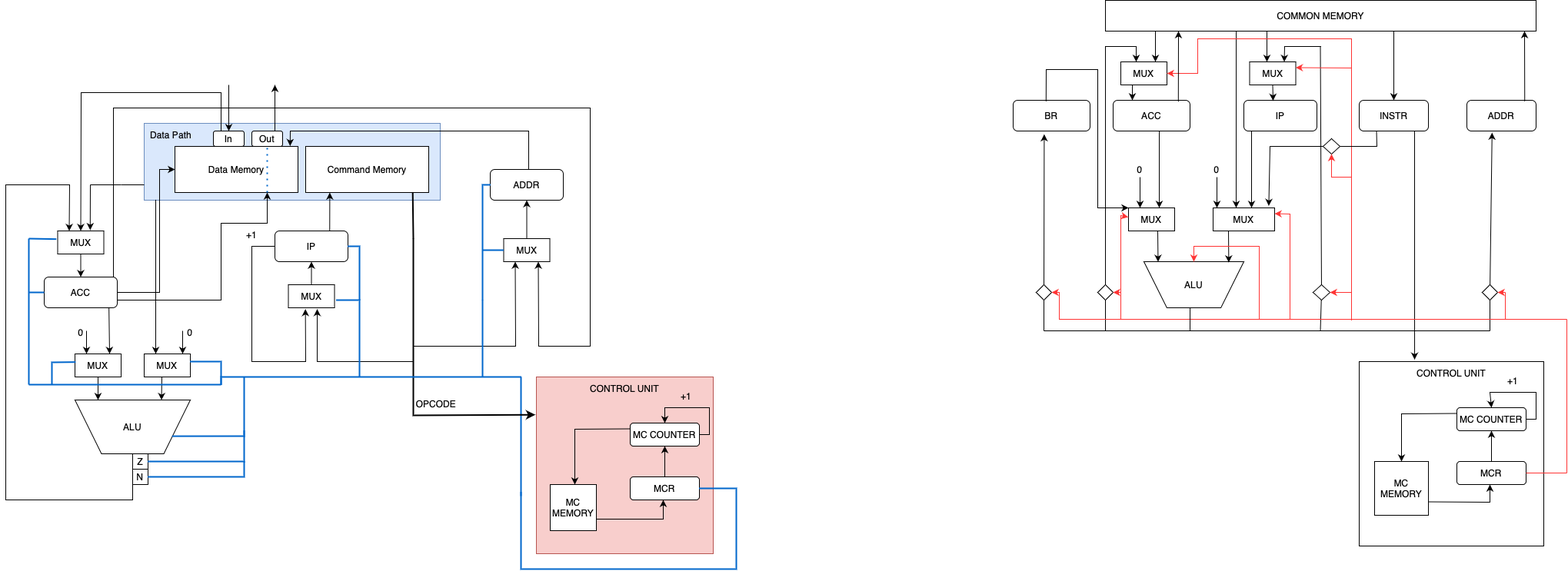
albogatov/computer-architecture-modeling keeps this draw.io diagram as CSA3.png. Above is the earlier version. Source tidied: cells renumbered, new cells last; positions are measured from the earlier drawing's top-left corner, leaving out a move shared by most shapes.
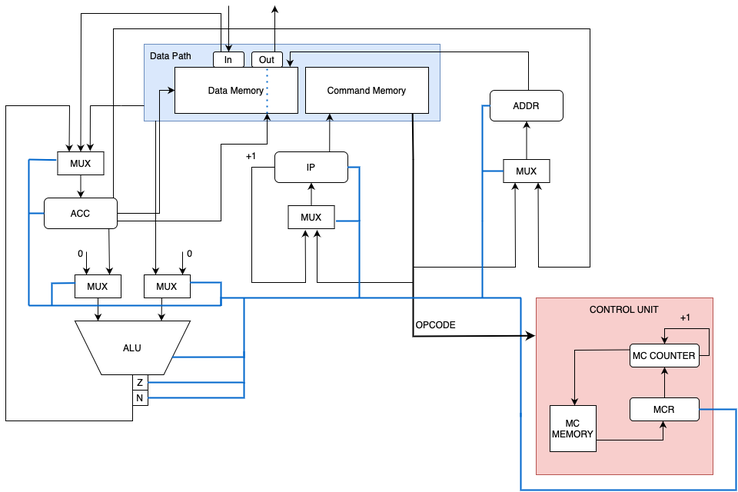
Above is the later version.

What changed in the source:
```diff
@@ -2,372 +2,6 @@
   <root>
     <mxCell id="0" />
     <mxCell id="1" parent="0" />
-    <mxCell id="2" value="COMMON MEMORY" style="rounded=0;whiteSpace=wrap;html=1;" parent="1" vertex="1">
-      <mxGeometry x="1430" width="560" height="40" as="geometry" />
-    </mxCell>
-    <mxCell id="3" value="ACC" style="rounded=1;whiteSpace=wrap;html=1;" parent="1" vertex="1">
-      <mxGeometry x="1440" y="130" width="100" height="40" as="geometry" />
-    </mxCell>
-    <mxCell id="4" value="IP" style="rounded=1;whiteSpace=wrap;html=1;" parent="1" vertex="1">
-      <mxGeometry x="1610" y="130" width="95" height="40" as="geometry" />
-    </mxCell>
-    <mxCell id="5" value="ADDR" style="rounded=1;whiteSpace=wrap;html=1;" parent="1" vertex="1">
-      <mxGeometry x="1900" y="130" width="90" height="40" as="geometry" />
-    </mxCell>
-    <mxCell id="6" value="MUX" style="rounded=0;whiteSpace=wrap;html=1;" parent="1" vertex="1">
-      <mxGeometry x="1450" y="80" width="60" height="30" as="geometry" />
-    </mxCell>
-    <mxCell id="7" value="MUX" style="rounded=0;whiteSpace=wrap;html=1;" parent="1" vertex="1">
-      <mxGeometry x="1617.5" y="80" width="60" height="30" as="geometry" />
-    </mxCell>
-    <mxCell id="8" value="MUX" style="rounded=0;whiteSpace=wrap;html=1;" parent="1" vertex="1">
-      <mxGeometry x="1570" y="270" width="80" height="30" as="geometry" />
-    </mxCell>
-    <mxCell id="9" value="MUX" style="rounded=0;whiteSpace=wrap;html=1;" parent="1" vertex="1">
-      <mxGeometry x="1460" y="270" width="60" height="30" as="geometry" />
-    </mxCell>
-    <mxCell id="10" value="ALU" style="verticalLabelPosition=middle;verticalAlign=middle;html=1;shape=trapezoid;perimeter=trapezoidPerimeter;whiteSpace=wrap;size=0.23;arcSize=10;flipV=1;labelPosition=center;align=center;" parent="1" vertex="1">
-      <mxGeometry x="1480" y="340" width="130" height="60" as="geometry" />
-    </mxCell>
-    <mxCell id="11" style="whiteSpace=wrap;html=1;" parent="1" vertex="1">
-      <mxGeometry x="1760" y="470" width="240" height="240" as="geometry" />
-    </mxCell>
-    <mxCell id="12" value="INSTR" style="rounded=1;whiteSpace=wrap;html=1;" parent="1" vertex="1">
-      <mxGeometry x="1760" y="130" width="90" height="40" as="geometry" />
-    </mxCell>
-    <mxCell id="13" style="endArrow=classic;html=1;rounded=0;entryX=0.905;entryY=-0.087;entryDx=0;entryDy=0;entryPerimeter=0;startArrow=none;" parent="1" edge="1" target="8">
-      <mxGeometry relative="1" as="geometry">
-        <mxPoint x="1713" y="190" as="sourcePoint" />
-        <Array as="points">
-          <mxPoint x="1644" y="190" />
-        </Array>
-      </mxGeometry>
-    </mxCell>
-    <mxCell id="14" style="endArrow=classic;html=1;rounded=0;entryX=0.625;entryY=0;entryDx=0;entryDy=0;entryPerimeter=0;" parent="1" edge="1" target="8">
-      <mxGeometry relative="1" as="geometry">
-        <mxPoint x="1620" y="170" as="sourcePoint" />
-      </mxGeometry>
-    </mxCell>
-    <mxCell id="15" style="endArrow=classic;html=1;rounded=0;exitX=0.302;exitY=1;exitDx=0;exitDy=0;exitPerimeter=0;entryX=0.25;entryY=0;entryDx=0;entryDy=0;" parent="1" edge="1">
-      <mxGeometry relative="1" as="geometry">
-        <mxPoint x="1600.1" y="40" as="sourcePoint" />
-        <mxPoint x="1600" y="270" as="targetPoint" />
-      </mxGeometry>
-    </mxCell>
-    <mxCell id="16" style="endArrow=classic;html=1;rounded=0;exitX=0.5;exitY=1;exitDx=0;exitDy=0;" parent="1" edge="1" source="17">
-      <mxGeometry relative="1" as="geometry">
-        <mxPoint x="1575" y="270" as="targetPoint" />
-      </mxGeometry>
-    </mxCell>
-    <mxCell id="17" value="0" style="text;html=1;strokeColor=none;fillColor=none;align=center;verticalAlign=middle;whiteSpace=wrap;rounded=0;" parent="1" vertex="1">
-      <mxGeometry x="1550" y="210" width="50" height="20" as="geometry" />
-    </mxCell>
-    <mxCell id="18" style="endArrow=classic;html=1;rounded=0;entryX=0.625;entryY=0;entryDx=0;entryDy=0;entryPerimeter=0;" parent="1" edge="1">
-      <mxGeometry relative="1" as="geometry">
-        <mxPoint x="1500" y="170" as="sourcePoint" />
-        <mxPoint x="1500" y="270" as="targetPoint" />
-      </mxGeometry>
-    </mxCell>
-    <mxCell id="19" style="endArrow=classic;html=1;rounded=0;entryX=0.25;entryY=0;entryDx=0;entryDy=0;" parent="1" edge="1" target="9">
-      <mxGeometry relative="1" as="geometry">
-        <mxPoint x="1475" y="230" as="sourcePoint" />
-      </mxGeometry>
-    </mxCell>
-    <mxCell id="20" value="0" style="text;html=1;strokeColor=none;fillColor=none;align=center;verticalAlign=middle;whiteSpace=wrap;rounded=0;" parent="1" vertex="1">
-      <mxGeometry x="1450" y="210" width="50" height="20" as="geometry" />
-    </mxCell>
-    <mxCell id="21" style="endArrow=classic;html=1;rounded=0;entryX=0.142;entryY=0.997;entryDx=0;entryDy=0;entryPerimeter=0;" parent="1" edge="1" target="10">
-      <mxGeometry relative="1" as="geometry">
-        <mxPoint x="1498" y="300" as="sourcePoint" />
-      </mxGeometry>
-    </mxCell>
-    <mxCell id="22" style="endArrow=classic;html=1;rounded=0;entryX=0.849;entryY=0.983;entryDx=0;entryDy=0;entryPerimeter=0;exitX=0.25;exitY=1;exitDx=0;exitDy=0;" parent="1" edge="1" source="8" target="10">
-      <mxGeometry relative="1" as="geometry" />
-    </mxCell>
-    <mxCell id="23" style="endArrow=none;html=1;rounded=0;" parent="1" edge="1">
-      <mxGeometry relative="1" as="geometry">
-        <mxPoint x="1350" y="430" as="sourcePoint" />
-        <mxPoint x="1930" y="430" as="targetPoint" />
-      </mxGeometry>
-    </mxCell>
-    <mxCell id="24" style="endArrow=none;html=1;rounded=0;startArrow=none;" parent="1" edge="1" source="38">
-      <mxGeometry relative="1" as="geometry">
-        <mxPoint x="1430" y="60" as="targetPoint" />
-      </mxGeometry>
-    </mxCell>
-    <mxCell id="25" style="endArrow=classic;html=1;rounded=0;entryX=0.364;entryY=1.055;entryDx=0;entryDy=0;entryPerimeter=0;startArrow=none;" parent="1" edge="1" source="36" target="5">
-      <mxGeometry relative="1" as="geometry" />
-    </mxCell>
-    <mxCell id="26" style="endArrow=none;html=1;rounded=0;startArrow=none;" parent="1" edge="1" source="34">
-      <mxGeometry relative="1" as="geometry">
-        <mxPoint x="1709.5" y="60" as="targetPoint" />
-      </mxGeometry>
-    </mxCell>
-    <mxCell id="27" style="endArrow=classic;html=1;rounded=0;" parent="1" edge="1">
-      <mxGeometry relative="1" as="geometry">
-        <mxPoint x="1430" y="60" as="sourcePoint" />
-        <mxPoint x="1470" y="80" as="targetPoint" />
-        <Array as="points">
-          <mxPoint x="1470" y="60" />
-        </Array>
-      </mxGeometry>
-    </mxCell>
-    <mxCell id="28" style="endArrow=classic;html=1;rounded=0;entryX=0.75;entryY=0;entryDx=0;entryDy=0;" parent="1" edge="1" target="7">
-      <mxGeometry relative="1" as="geometry">
-        <mxPoint x="1710" y="60" as="sourcePoint" />
-        <Array as="points">
-          <mxPoint x="1663" y="60" />
-        </Array>
-      </mxGeometry>
-    </mxCell>
-    <mxCell id="29" style="endArrow=classic;html=1;rounded=0;entryX=0.75;entryY=0;entryDx=0;entryDy=0;" parent="1" edge="1" target="6">
-      <mxGeometry relative="1" as="geometry">
-        <mxPoint x="1495" y="40" as="sourcePoint" />
-      </mxGeometry>
-    </mxCell>
-    <mxCell id="30" style="endArrow=classic;html=1;rounded=0;entryX=0.375;entryY=0;entryDx=0;entryDy=0;entryPerimeter=0;" parent="1" edge="1" target="7">
-      <mxGeometry relative="1" as="geometry">
-        <mxPoint x="1640" y="40" as="sourcePoint" />
-      </mxGeometry>
-    </mxCell>
-    <mxCell id="31" style="endArrow=classic;html=1;rounded=0;exitX=0.25;exitY=1;exitDx=0;exitDy=0;entryX=0.25;entryY=0;entryDx=0;entryDy=0;" parent="1" edge="1" source="6" target="3">
-      <mxGeometry relative="1" as="geometry" />
-    </mxCell>
-    <mxCell id="32" style="endArrow=classic;html=1;rounded=0;exitX=0.5;exitY=1;exitDx=0;exitDy=0;entryX=0.4;entryY=0.015;entryDx=0;entryDy=0;entryPerimeter=0;" parent="1" edge="1" source="7" target="4">
-      <mxGeometry relative="1" as="geometry" />
-    </mxCell>
-    <mxCell id="33" style="endArrow=classic;html=1;rounded=0;entryX=0.5;entryY=0;entryDx=0;entryDy=0;" parent="1" edge="1" target="12">
-      <mxGeometry relative="1" as="geometry">
-        <mxPoint x="1805" y="40" as="sourcePoint" />
-      </mxGeometry>
-    </mxCell>
-    <mxCell id="34" style="rhombus;whiteSpace=wrap;html=1;" parent="1" vertex="1">
-      <mxGeometry x="1700" y="370" width="22" height="20" as="geometry" />
-    </mxCell>
-    <mxCell id="35" style="endArrow=none;html=1;rounded=0;" parent="1" edge="1" target="34">
-      <mxGeometry relative="1" as="geometry">
-        <mxPoint x="1709.5" y="430" as="sourcePoint" />
-      </mxGeometry>
-    </mxCell>
-    <mxCell id="36" style="rhombus;whiteSpace=wrap;html=1;" parent="1" vertex="1">
-      <mxGeometry x="1920" y="370" width="20" height="20" as="geometry" />
-    </mxCell>
-    <mxCell id="37" style="endArrow=none;html=1;rounded=0;" parent="1" edge="1">
-      <mxGeometry relative="1" as="geometry">
-        <mxPoint x="1930" y="430" as="sourcePoint" />
-        <mxPoint x="1930" y="390" as="targetPoint" />
-      </mxGeometry>
-    </mxCell>
-    <mxCell id="38" style="rhombus;whiteSpace=wrap;html=1;" parent="1" vertex="1">
-      <mxGeometry x="1420" y="370" width="20" height="20" as="geometry" />
-    </mxCell>
-    <mxCell id="39" style="endArrow=none;html=1;rounded=0;" parent="1" edge="1" target="38">
-      <mxGeometry relative="1" as="geometry">
-        <mxPoint x="1430" y="430" as="sourcePoint" />
-      </mxGeometry>
-    </mxCell>
-    <mxCell id="40" value="CONTROL UNIT" style="text;html=1;strokeColor=none;fillColor=none;align=center;verticalAlign=middle;whiteSpace=wrap;rounded=0;" parent="1" vertex="1">
-      <mxGeometry x="1825" y="470" width="110" height="30" as="geometry" />
-    </mxCell>
-    <mxCell id="41" style="endArrow=classic;html=1;rounded=0;exitX=0.836;exitY=0.035;exitDx=0;exitDy=0;exitPerimeter=0;" parent="1" edge="1" source="5">
-      <mxGeometry relative="1" as="geometry">
-        <mxPoint x="1975" y="40" as="targetPoint" />
-      </mxGeometry>
-    </mxCell>
-    <mxCell id="42" value="MC MEMORY" style="whiteSpace=wrap;html=1;" parent="1" vertex="1">
-      <mxGeometry x="1780" y="600" width="70" height="70" as="geometry" />
-    </mxCell>
-    <mxCell id="43" value="MC COUNTER" style="rounded=1;whiteSpace=wrap;html=1;" parent="1" vertex="1">
-      <mxGeometry x="1887" y="530" width="90" height="30" as="geometry" />
-    </mxCell>
-    <mxCell id="44" value="MCR" style="rounded=1;whiteSpace=wrap;html=1;" parent="1" vertex="1">
-      <mxGeometry x="1887" y="600" width="90" height="30" as="geometry" />
-    </mxCell>
-    <mxCell id="45" style="endArrow=classic;html=1;rounded=0;exitX=1;exitY=0.75;exitDx=0;exitDy=0;" parent="1" edge="1" source="42">
-      <mxGeometry relative="1" as="geometry">
-        <mxPoint x="1930" y="630" as="targetPoint" />
-        <Array as="points">
-          <mxPoint x="1930" y="653" />
-        </Array>
-      </mxGeometry>
-    </mxCell>
-    <mxCell id="46" style="endArrow=classic;html=1;rounded=0;entryX=0.5;entryY=1;entryDx=0;entryDy=0;" parent="1" edge="1" source="44" target="43">
-      <mxGeometry relative="1" as="geometry" />
-    </mxCell>
-    <mxCell id="47" style="endArrow=classic;html=1;rounded=0;entryX=0.5;entryY=0;entryDx=0;entryDy=0;exitX=0;exitY=0.25;exitDx=0;exitDy=0;" parent="1" edge="1" source="43" target="42">
-      <mxGeometry relative="1" as="geometry">
-        <Array as="points">
-          <mxPoint x="1815" y="538" />
-        </Array>
-      </mxGeometry>
-    </mxCell>
-    <mxCell id="48" style="endArrow=classic;html=1;rounded=0;exitX=1;exitY=0.5;exitDx=0;exitDy=0;entryX=0.5;entryY=0;entryDx=0;entryDy=0;" parent="1" edge="1" source="43" target="43">
-      <mxGeometry relative="1" as="geometry">
-        <Array as="points">
-          <mxPoint x="1990" y="545" />
-          <mxPoint x="1990" y="510" />
-          <mxPoint x="1930" y="510" />
-        </Array>
-      </mxGeometry>
-    </mxCell>
-    <mxCell id="49" value="+1" style="text;html=1;strokeColor=none;fillColor=none;align=center;verticalAlign=middle;whiteSpace=wrap;rounded=0;" parent="1" vertex="1">
-      <mxGeometry x="1930" y="480" width="60" height="30" as="geometry" />
-    </mxCell>
-    <mxCell id="50" style="endArrow=classic;html=1;rounded=0;exitX=0.8;exitY=1;exitDx=0;exitDy=0;entryX=0.064;entryY=-0.087;entryDx=0;entryDy=0;entryPerimeter=0;exitPerimeter=0;" parent="1" edge="1" source="12" target="40">
-      <mxGeometry relative="1" as="geometry" />
-    </mxCell>
-    <mxCell id="51" style="endArrow=none;html=1;rounded=0;strokeColor=#FF3333;exitX=1;exitY=0.5;exitDx=0;exitDy=0;" parent="1" edge="1" source="44">
-      <mxGeometry relative="1" as="geometry">
-        <mxPoint x="2030" y="615" as="targetPoint" />
-      </mxGeometry>
-    </mxCell>
-    <mxCell id="52" style="endArrow=none;html=1;rounded=0;strokeColor=#FF3333;" parent="1" edge="1">
-      <mxGeometry relative="1" as="geometry">
-        <mxPoint x="2030" y="615" as="sourcePoint" />
-        <mxPoint x="2030" y="415" as="targetPoint" />
-      </mxGeometry>
-    </mxCell>
-    <mxCell id="53" style="endArrow=none;html=1;rounded=0;strokeColor=#FF3333;" parent="1" edge="1">
-      <mxGeometry relative="1" as="geometry">
-        <mxPoint x="1370" y="415" as="sourcePoint" />
-        <mxPoint x="2030" y="415" as="targetPoint" />
-      </mxGeometry>
-    </mxCell>
-    <mxCell id="54" style="endArrow=none;html=1;rounded=0;strokeColor=#FF3333;" parent="1" edge="1">
-      <mxGeometry relative="1" as="geometry">
-        <mxPoint x="1950" y="415" as="sourcePoint" />
-        <mxPoint x="1950" y="380" as="targetPoint" />
-      </mxGeometry>
-    </mxCell>
-    <mxCell id="55" style="endArrow=none;html=1;rounded=0;strokeColor=#FF3333;" parent="1" edge="1">
-      <mxGeometry relative="1" as="geometry">
-        <mxPoint x="1450" y="415" as="sourcePoint" />
-        <mxPoint x="1450" y="380" as="targetPoint" />
-      </mxGeometry>
-    </mxCell>
-    <mxCell id="56" style="endArrow=classic;html=1;rounded=0;strokeColor=#FF3333;entryX=1;entryY=0.5;entryDx=0;entryDy=0;" parent="1" edge="1" target="38">
-      <mxGeometry relative="1" as="geometry">
-        <mxPoint x="1450" y="380" as="sourcePoint" />
-      </mxGeometry>
-    </mxCell>
-    <mxCell id="57" style="endArrow=classic;html=1;rounded=0;strokeColor=#FF3333;entryX=1;entryY=0.5;entryDx=0;entryDy=0;" parent="1" edge="1" target="34">
-      <mxGeometry relative="1" as="geometry">
-        <mxPoint x="1750" y="380" as="sourcePoint" />
-      </mxGeometry>
-    </mxCell>
-    <mxCell id="58" style="endArrow=classic;html=1;rounded=0;strokeColor=#FF3333;entryX=1;entryY=0.5;entryDx=0;entryDy=0;" parent="1" edge="1" target="36">
-      <mxGeometry relative="1" as="geometry">
-        <mxPoint x="1950" y="380" as="sourcePoint" />
-      </mxGeometry>
-    </mxCell>
-    <mxCell id="59" style="endArrow=classic;html=1;rounded=0;strokeColor=#FF3333;entryX=-0.007;entryY=0.4;entryDx=0;entryDy=0;entryPerimeter=0;" parent="1" edge="1" target="9">
-      <mxGeometry relative="1" as="geometry">
-        <mxPoint x="1450" y="380" as="sourcePoint" />
-        <Array as="points">
-          <mxPoint x="1450" y="280" />
-        </Array>
-      </mxGeometry>
-    </mxCell>
-    <mxCell id="60" style="endArrow=classic;html=1;rounded=0;strokeColor=#FF3333;entryX=1;entryY=0.25;entryDx=0;entryDy=0;" parent="1" edge="1" target="8">
-      <mxGeometry relative="1" as="geometry">
-        <mxPoint x="1670" y="415" as="sourcePoint" />
-        <Array as="points">
-          <mxPoint x="1670" y="278" />
-        </Array>
-      </mxGeometry>
-    </mxCell>
-    <mxCell id="61" style="endArrow=classic;html=1;rounded=0;strokeColor=#FF3333;entryX=0.5;entryY=0;entryDx=0;entryDy=0;" parent="1" edge="1" target="10">
-      <mxGeometry relative="1" as="geometry">
-        <mxPoint x="1630" y="414" as="sourcePoint" />
-        <Array as="points">
-          <mxPoint x="1630" y="320" />
-          <mxPoint x="1545" y="320" />
-        </Array>
-      </mxGeometry>
-    </mxCell>
-    <mxCell id="62" style="endArrow=classic;html=1;rounded=0;strokeColor=#FF3333;entryX=1;entryY=0.25;entryDx=0;entryDy=0;" parent="1" edge="1" target="7">
-      <mxGeometry relative="1" as="geometry">
-        <mxPoint x="1750" y="416" as="sourcePoint" />
-        <Array as="points">
-          <mxPoint x="1750" y="88" />
-        </Array>
-      </mxGeometry>
-    </mxCell>
-    <mxCell id="63" style="endArrow=none;html=1;rounded=0;strokeColor=#FF3333;" parent="1" edge="1">
-      <mxGeometry relative="1" as="geometry">
-        <mxPoint x="1750" y="90" as="sourcePoint" />
-        <mxPoint x="1750" y="50" as="targetPoint" />
-      </mxGeometry>
-    </mxCell>
-    <mxCell id="64" style="endArrow=classic;html=1;rounded=0;strokeColor=#FF3333;entryX=1;entryY=0.5;entryDx=0;entryDy=0;" parent="1" edge="1" target="6">
-      <mxGeometry relative="1" as="geometry">
-        <mxPoint x="1750" y="50" as="sourcePoint" />
-        <Array as="points">
-          <mxPoint x="1550" y="50" />
-          <mxPoint x="1550" y="95" />
-        </Array>
-      </mxGeometry>
-    </mxCell>
-    <mxCell id="65" value="BR" style="rounded=1;whiteSpace=wrap;html=1;" parent="1" vertex="1">
-      <mxGeometry x="1310" y="130" width="100" height="40" as="geometry" />
-    </mxCell>
-    <mxCell id="66" style="endArrow=classic;html=1;rounded=0;entryX=0.404;entryY=1.105;entryDx=0;entryDy=0;entryPerimeter=0;startArrow=none;" parent="1" edge="1" source="68" target="65">
-      <mxGeometry relative="1" as="geometry" />
-    </mxCell>
-    <mxCell id="67" style="endArrow=classic;html=1;rounded=0;exitX=0.428;exitY=0.025;exitDx=0;exitDy=0;exitPerimeter=0;entryX=0;entryY=0;entryDx=0;entryDy=0;" parent="1" edge="1" source="65" target="9">
-      <mxGeometry relative="1" as="geometry">
-        <Array as="points">
-          <mxPoint x="1353" y="90" />
-          <mxPoint x="1420" y="90" />
-          <mxPoint x="1420" y="270" />
-        </Array>
-      </mxGeometry>
-    </mxCell>
-    <mxCell id="68" style="rhombus;whiteSpace=wrap;html=1;" parent="1" vertex="1">
-      <mxGeometry x="1340" y="370" width="20" height="20" as="geometry" />
-    </mxCell>
-    <mxCell id="69" style="endArrow=none;html=1;rounded=0;" parent="1" edge="1">
-      <mxGeometry relative="1" as="geometry">
-        <mxPoint x="1350" y="430" as="sourcePoint" />
-        <mxPoint x="1350" y="390" as="targetPoint" />
-      </mxGeometry>
-    </mxCell>
-    <mxCell id="70" style="endArrow=classic;html=1;rounded=0;strokeColor=#FF3333;entryX=1;entryY=0.5;entryDx=0;entryDy=0;" parent="1" edge="1" target="68">
-      <mxGeometry relative="1" as="geometry">
-        <mxPoint x="1370" y="415" as="sourcePoint" />
-        <Array as="points">
-          <mxPoint x="1370" y="380" />
-        </Array>
-      </mxGeometry>
-    </mxCell>
-    <mxCell id="71" style="endArrow=none;html=1;rounded=0;strokeColor=#000000;entryX=0.462;entryY=0;entryDx=0;entryDy=0;entryPerimeter=0;" parent="1" edge="1" target="10">
-      <mxGeometry relative="1" as="geometry">
-        <mxPoint x="1540" y="430" as="sourcePoint" />
-      </mxGeometry>
-    </mxCell>
-    <mxCell id="72" style="endArrow=classic;html=1;rounded=0;strokeColor=#000000;exitX=0.848;exitY=0.045;exitDx=0;exitDy=0;exitPerimeter=0;" parent="1" edge="1" source="3">
-      <mxGeometry relative="1" as="geometry">
-        <mxPoint x="1525" y="40" as="targetPoint" />
-      </mxGeometry>
-    </mxCell>
-    <mxCell id="73" style="rhombus;whiteSpace=wrap;html=1;" parent="1" vertex="1">
-      <mxGeometry x="1713" y="180" width="22" height="20" as="geometry" />
-    </mxCell>
-    <mxCell id="74" style="endArrow=none;html=1;rounded=0;exitX=0.25;exitY=1;exitDx=0;exitDy=0;entryX=1;entryY=0.5;entryDx=0;entryDy=0;" parent="1" edge="1" source="12" target="73">
-      <mxGeometry relative="1" as="geometry">
-        <Array as="points">
-          <mxPoint x="1783" y="190" />
-        </Array>
-      </mxGeometry>
-    </mxCell>
-    <mxCell id="75" style="endArrow=classic;html=1;rounded=0;strokeColor=#FF3333;entryX=0.5;entryY=1;entryDx=0;entryDy=0;" parent="1" edge="1" target="73">
-      <mxGeometry relative="1" as="geometry">
-        <mxPoint x="1750" y="230" as="sourcePoint" />
-        <Array as="points">
-          <mxPoint x="1724" y="230" />
-        </Array>
-      </mxGeometry>
-    </mxCell>
     <mxCell id="76" style="rounded=0;whiteSpace=wrap;html=1;fillColor=#dae8fc;strokeColor=#6c8ebf;" parent="1" vertex="1">
       <mxGeometry x="180" y="160" width="385" height="100" as="geometry" />
     </mxCell>
```
